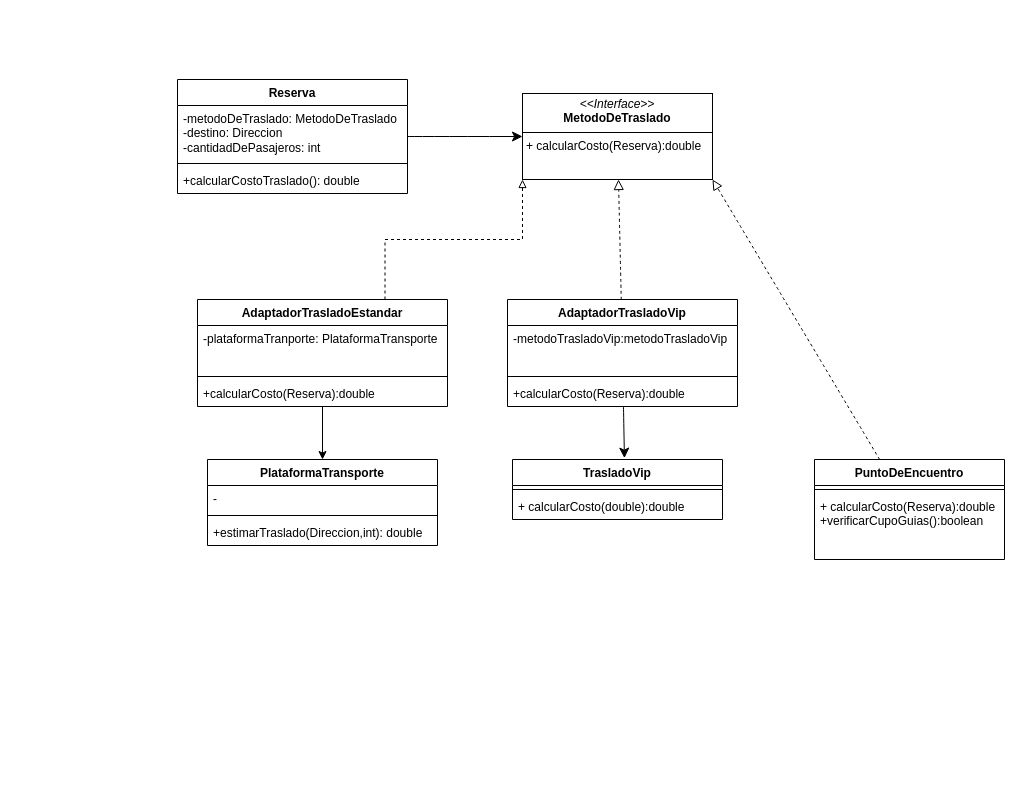
camilaines-prog/unqui-po2-mela keeps this draw.io diagram as metodoDeTraslado.drawio. Above is the earlier version. Source tidied: cells renumbered, new cells numbered last; positions are measured from the earlier drawing's top-left corner, leaving out a move shared by most shapes. Both pictures are drawn from the tidied source at 100%, with x=0, y=0 at pixel (177, 79).
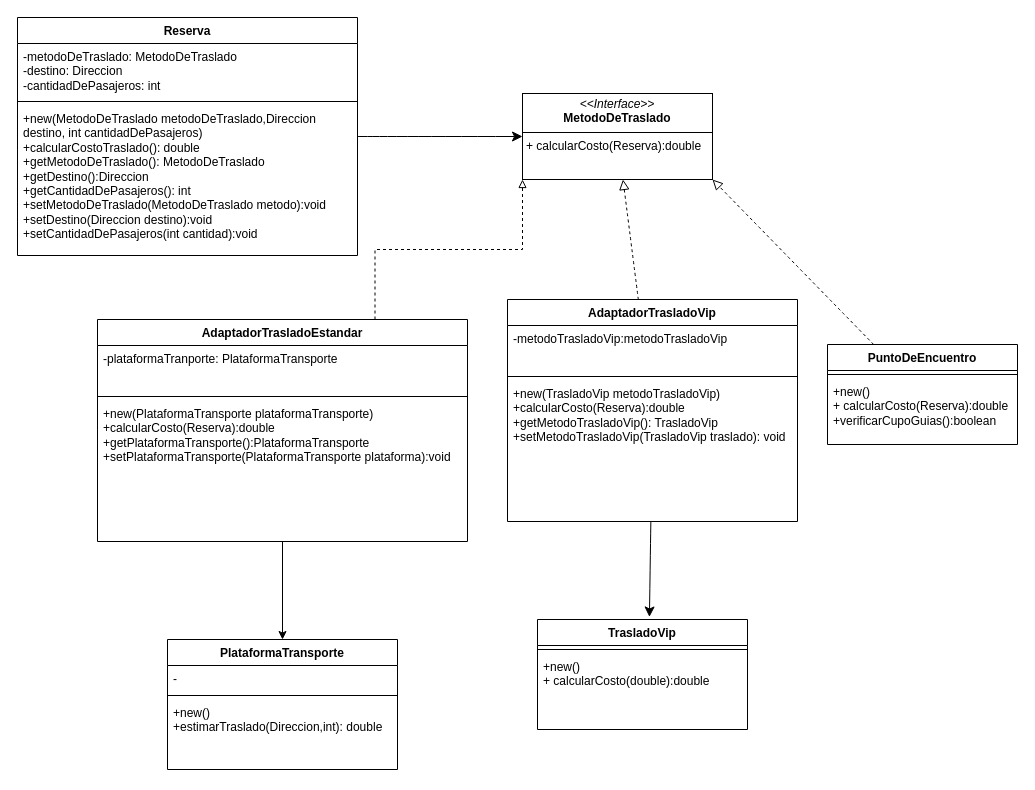
The same page after the edit.

Diff of the diagram source:
```diff
@@
     <mxCell id="3" value="PuntoDeEncuentro" style="swimlane;fontStyle=1;align=center;verticalAlign=top;horizontal=1;startSize=26;whiteSpace=wrap;html=1;" parent="1" vertex="1">
-      <mxGeometry x="637" y="380" width="190" height="100" as="geometry" />
+      <mxGeometry x="650" y="265" width="190" height="100" as="geometry" />
     </mxCell>
@@
-    <mxCell id="5" value="+ calcularCosto(Reserva):double&lt;div&gt;+verificarCupoGuias():boolean&lt;/div&gt;" style="text;strokeColor=none;fillColor=none;align=left;verticalAlign=top;spacingLeft=4;spacingRight=4;overflow=hidden;whiteSpace=wrap;html=1;" parent="3" vertex="1">
+    <mxCell id="5" value="&lt;div&gt;+new()&lt;/div&gt;+ calcularCosto(Reserva):double&lt;div&gt;+verificarCupoGuias():boolean&lt;/div&gt;" style="text;strokeColor=none;fillColor=none;align=left;verticalAlign=top;spacingLeft=4;spacingRight=4;overflow=hidden;whiteSpace=wrap;html=1;" parent="3" vertex="1">
       <mxGeometry y="34" width="190" height="66" as="geometry" />
     </mxCell>
     <mxCell id="6" value="TrasladoVip" style="swimlane;fontStyle=1;align=center;verticalAlign=top;horizontal=1;startSize=26;whiteSpace=wrap;html=1;" parent="1" vertex="1">
-      <mxGeometry x="335" y="380" width="210" height="60" as="geometry" />
+      <mxGeometry x="360" y="540" width="210" height="110" as="geometry" />
     </mxCell>
@@
-    <mxCell id="8" value="+ calcularCosto(double):double" style="text;strokeColor=none;fillColor=none;align=left;verticalAlign=top;spacingLeft=4;spacingRight=4;overflow=hidden;whiteSpace=wrap;html=1;" parent="6" vertex="1">
-      <mxGeometry y="34" width="210" height="26" as="geometry" />
+    <mxCell id="8" value="&lt;div&gt;+new()&lt;/div&gt;+ calcularCosto(double):double" style="text;strokeColor=none;fillColor=none;align=left;verticalAlign=top;spacingLeft=4;spacingRight=4;overflow=hidden;whiteSpace=wrap;html=1;" parent="6" vertex="1">
+      <mxGeometry y="34" width="210" height="76" as="geometry" />
     </mxCell>
@@
     <mxCell id="10" value="Reserva" style="swimlane;fontStyle=1;align=center;verticalAlign=top;horizontal=1;startSize=26;whiteSpace=wrap;html=1;" parent="1" vertex="1">
-      <mxGeometry width="230" height="114" as="geometry" />
+      <mxGeometry x="-160" y="-62" width="340" height="238" as="geometry" />
     </mxCell>
     <mxCell id="11" value="-metodoDeTraslado: MetodoDeTraslado&lt;div&gt;-destino: Direccion&lt;/div&gt;&lt;div&gt;-cantidadDePasajeros: int&lt;/div&gt;" style="text;strokeColor=none;fillColor=none;align=left;verticalAlign=top;spacingLeft=4;spacingRight=4;overflow=hidden;whiteSpace=wrap;html=1;" parent="10" vertex="1">
-      <mxGeometry y="26" width="230" height="54" as="geometry" />
+      <mxGeometry y="26" width="340" height="54" as="geometry" />
     </mxCell>
     <mxCell id="12" style="line;strokeWidth=1;fillColor=none;align=left;verticalAlign=middle;spacingTop=-1;spacingLeft=3;spacingRight=3;labelPosition=right;strokeColor=inherit;" parent="10" vertex="1">
-      <mxGeometry y="80" width="230" height="8" as="geometry" />
+      <mxGeometry y="80" width="340" height="8" as="geometry" />
     </mxCell>
-    <mxCell id="13" value="+calcularCostoTraslado(): double" style="text;strokeColor=none;fillColor=none;align=left;verticalAlign=top;spacingLeft=4;spacingRight=4;overflow=hidden;whiteSpace=wrap;html=1;" parent="10" vertex="1">
-      <mxGeometry y="88" width="230" height="26" as="geometry" />
+    <mxCell id="13" value="&lt;div&gt;+new(MetodoDeTraslado metodoDeTraslado,Direccion destino, int cantidadDePasajeros)&lt;/div&gt;&lt;font face=&quot;Helvetica&quot;&gt;+calcularCostoTraslado(): double&lt;/font&gt;&lt;div&gt;&lt;font face=&quot;Helvetica&quot;&gt;+getMetodoDeTraslado(): MetodoDeTraslado&lt;/font&gt;&lt;/div&gt;&lt;div&gt;&lt;font face=&quot;Helvetica&quot;&gt;+getDestino():Direccion&lt;/font&gt;&lt;/div&gt;&lt;div&gt;&lt;font face=&quot;Helvetica&quot;&gt;+getCantidadDePasajeros(): int&lt;/font&gt;&lt;/div&gt;&lt;div&gt;&lt;font face=&quot;Helvetica&quot;&gt;+setMetodoDeTraslado(MetodoDeTraslado metodo):void&lt;/font&gt;&lt;/div&gt;&lt;div&gt;&lt;font face=&quot;Helvetica&quot;&gt;+setDestino(Direccion destino):void&lt;/font&gt;&lt;/div&gt;&lt;div&gt;&lt;font face=&quot;Helvetica&quot;&gt;+setCantidadDePasajeros(int cantidad):void&lt;/font&gt;&lt;/div&gt;&lt;div&gt;&lt;font face=&quot;Helvetica&quot;&gt;&lt;br&gt;&lt;/font&gt;&lt;/div&gt;" style="text;strokeColor=none;fillColor=none;align=left;verticalAlign=top;spacingLeft=4;spacingRight=4;overflow=hidden;whiteSpace=wrap;html=1;" parent="10" vertex="1">
+      <mxGeometry y="88" width="340" height="150" as="geometry" />
     </mxCell>
@@
     <mxCell id="17" value="AdaptadorTrasladoVip" style="swimlane;fontStyle=1;align=center;verticalAlign=top;horizontal=1;startSize=26;whiteSpace=wrap;html=1;" parent="1" vertex="1">
-      <mxGeometry x="330" y="220" width="230" height="107" as="geometry" />
+      <mxGeometry x="330" y="220" width="290" height="222" as="geometry" />
     </mxCell>
     <mxCell id="18" value="-metodoTrasladoVip:metodoTrasladoVip" style="text;strokeColor=none;fillColor=none;align=left;verticalAlign=top;spacingLeft=4;spacingRight=4;overflow=hidden;whiteSpace=wrap;html=1;" parent="17" vertex="1">
-      <mxGeometry y="26" width="230" height="47" as="geometry" />
+      <mxGeometry y="26" width="290" height="47" as="geometry" />
     </mxCell>
     <mxCell id="19" style="line;strokeWidth=1;fillColor=none;align=left;verticalAlign=middle;spacingTop=-1;spacingLeft=3;spacingRight=3;labelPosition=right;strokeColor=inherit;" parent="17" vertex="1">
-      <mxGeometry y="73" width="230" height="8" as="geometry" />
+      <mxGeometry y="73" width="290" height="8" as="geometry" />
     </mxCell>
-    <mxCell id="20" value="+calcularCosto(Reserva):double" style="text;strokeColor=none;fillColor=none;align=left;verticalAlign=top;spacingLeft=4;spacingRight=4;overflow=hidden;whiteSpace=wrap;html=1;" parent="17" vertex="1">
-      <mxGeometry y="81" width="230" height="26" as="geometry" />
+    <mxCell id="20" value="&lt;div&gt;+new(TrasladoVip metodoTrasladoVip)&lt;/div&gt;+calcularCosto(Reserva):double&lt;div&gt;+getMetodoTrasladoVip(): TrasladoVip&lt;/div&gt;&lt;div&gt;+setMetodoTrasladoVip(TrasladoVip traslado): void&lt;/div&gt;" style="text;strokeColor=none;fillColor=none;align=left;verticalAlign=top;spacingLeft=4;spacingRight=4;overflow=hidden;whiteSpace=wrap;html=1;" parent="17" vertex="1">
+      <mxGeometry y="81" width="290" height="141" as="geometry" />
     </mxCell>
     <mxCell id="21" value="PlataformaTransporte" style="swimlane;fontStyle=1;align=center;verticalAlign=top;horizontal=1;startSize=26;whiteSpace=wrap;html=1;" parent="1" vertex="1">
-      <mxGeometry x="30" y="380" width="230" height="86" as="geometry" />
+      <mxGeometry x="-10" y="560" width="230" height="130" as="geometry" />
     </mxCell>
@@
-    <mxCell id="24" value="+estimarTraslado(Direccion,int): double" style="text;strokeColor=none;fillColor=none;align=left;verticalAlign=top;spacingLeft=4;spacingRight=4;overflow=hidden;whiteSpace=wrap;html=1;" parent="21" vertex="1">
-      <mxGeometry y="60" width="230" height="26" as="geometry" />
+    <mxCell id="24" value="&lt;div&gt;+new()&lt;/div&gt;+estimarTraslado(Direccion,int): double" style="text;strokeColor=none;fillColor=none;align=left;verticalAlign=top;spacingLeft=4;spacingRight=4;overflow=hidden;whiteSpace=wrap;html=1;" parent="21" vertex="1">
+      <mxGeometry y="60" width="230" height="70" as="geometry" />
     </mxCell>
@@
     <mxCell id="27" value="AdaptadorTrasladoEstandar" style="swimlane;fontStyle=1;align=center;verticalAlign=top;horizontal=1;startSize=26;whiteSpace=wrap;html=1;" parent="1" vertex="1">
-      <mxGeometry x="20" y="220" width="250" height="107" as="geometry" />
+      <mxGeometry x="-80" y="240" width="370" height="222" as="geometry" />
     </mxCell>
     <mxCell id="28" value="-plataformaTranporte: PlataformaTransporte" style="text;strokeColor=none;fillColor=none;align=left;verticalAlign=top;spacingLeft=4;spacingRight=4;overflow=hidden;whiteSpace=wrap;html=1;" parent="27" vertex="1">
-      <mxGeometry y="26" width="250" height="47" as="geometry" />
+      <mxGeometry y="26" width="370" height="47" as="geometry" />
     </mxCell>
     <mxCell id="29" style="line;strokeWidth=1;fillColor=none;align=left;verticalAlign=middle;spacingTop=-1;spacingLeft=3;spacingRight=3;labelPosition=right;strokeColor=inherit;" parent="27" vertex="1">
-      <mxGeometry y="73" width="250" height="8" as="geometry" />
+      <mxGeometry y="73" width="370" height="8" as="geometry" />
     </mxCell>
-    <mxCell id="30" value="+calcularCosto(Reserva):double" style="text;strokeColor=none;fillColor=none;align=left;verticalAlign=top;spacingLeft=4;spacingRight=4;overflow=hidden;whiteSpace=wrap;html=1;" parent="27" vertex="1">
-      <mxGeometry y="81" width="250" height="26" as="geometry" />
+    <mxCell id="30" value="&lt;div&gt;+new(PlataformaTransporte plataformaTransporte)&lt;/div&gt;+calcularCosto(Reserva):double&lt;div&gt;+getPlataformaTransporte():PlataformaTransporte&lt;/div&gt;&lt;div&gt;+setPlataformaTransporte(PlataformaTransporte plataforma):void&lt;/div&gt;&lt;div&gt;&lt;br&gt;&lt;/div&gt;" style="text;strokeColor=none;fillColor=none;align=left;verticalAlign=top;spacingLeft=4;spacingRight=4;overflow=hidden;whiteSpace=wrap;html=1;" parent="27" vertex="1">
+      <mxGeometry y="81" width="370" height="141" as="geometry" />
     </mxCell>
```
